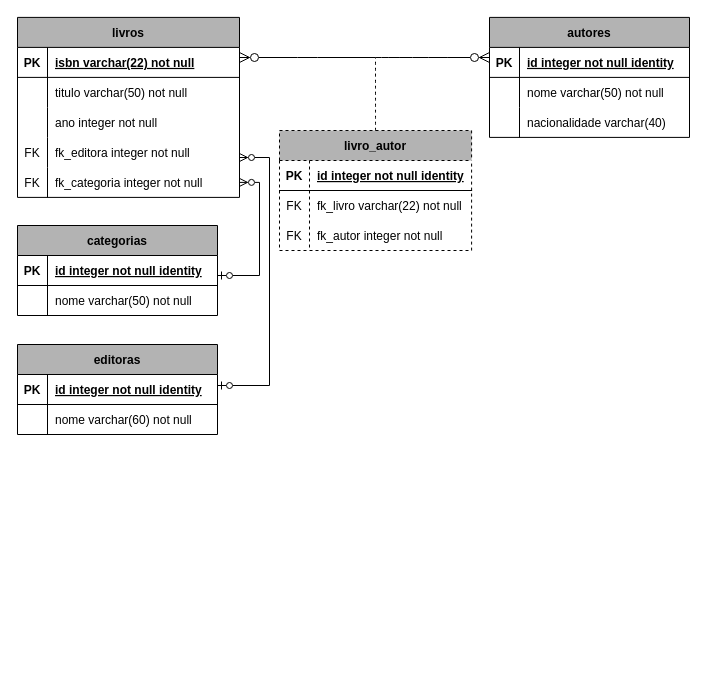
Before: SQL/Livraria/Livraria.drawio in OQueLucas/AcademiaDotNet, a draw.io diagram. Source tidied: cells renumbered, new cells numbered last; positions are measured from the earlier drawing's top-left corner, leaving out a move shared by most shapes. Both pictures are drawn from the tidied source at 100%, with x=0, y=0 at pixel (17, 17).
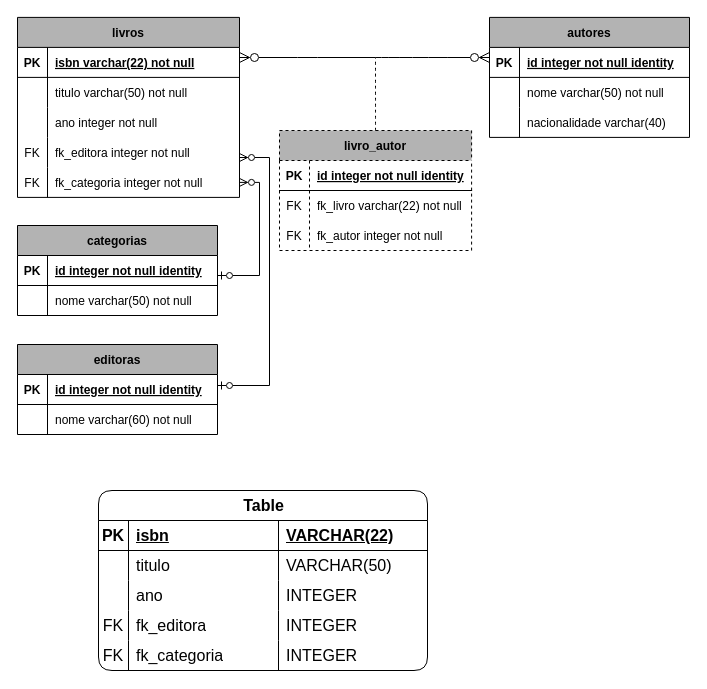
After the change.

Change to the diagram source:
```diff
@@
+    <mxCell id="58" value="Table" style="shape=table;startSize=30;childLayout=tableLayout;rowLines=0;fontStyle=1;align=center;html=1;fontSize=16;rounded=1;swimlaneLine=1;shadow=0;" parent="1" vertex="1">
+      <mxGeometry x="81" y="473" width="329" height="180" as="geometry" />
+    </mxCell>
+    <mxCell id="59" style="shape=tableRow;horizontal=0;startSize=0;swimlaneHead=0;swimlaneBody=0;fillColor=none;top=0;left=0;right=0;bottom=1;fontSize=16;" parent="58" vertex="1">
+      <mxGeometry y="30" width="329" height="30" as="geometry" />
+    </mxCell>
+    <mxCell id="60" value="PK" style="shape=partialRectangle;fillColor=none;top=0;left=0;bottom=0;right=0;fontStyle=1;overflow=hidden;whiteSpace=wrap;html=1;fontSize=16;" parent="59" vertex="1">
+      <mxGeometry width="30" height="30" as="geometry" />
+    </mxCell>
+    <mxCell id="61" value="isbn&lt;br&gt;" style="shape=partialRectangle;fillColor=none;top=0;left=0;bottom=0;right=0;align=left;spacingLeft=6;fontStyle=5;overflow=hidden;whiteSpace=wrap;html=1;fontSize=16;" parent="59" vertex="1">
+      <mxGeometry x="30" width="150" height="30" as="geometry" />
+    </mxCell>
+    <mxCell id="62" value="VARCHAR(22)" style="shape=partialRectangle;fillColor=none;top=0;left=0;bottom=0;right=0;align=left;spacingLeft=6;fontStyle=5;overflow=hidden;whiteSpace=wrap;html=1;fontSize=16;" parent="59" vertex="1">
+      <mxGeometry x="180" width="149" height="30" as="geometry" />
+    </mxCell>
+    <mxCell id="63" style="shape=tableRow;horizontal=0;startSize=0;swimlaneHead=0;swimlaneBody=0;fillColor=none;top=0;left=0;right=0;bottom=0;fontSize=16;" parent="58" vertex="1">
+      <mxGeometry y="60" width="329" height="30" as="geometry" />
+    </mxCell>
+    <mxCell id="64" style="shape=partialRectangle;fillColor=none;top=0;left=0;bottom=0;right=0;overflow=hidden;whiteSpace=wrap;html=1;fontSize=16;" parent="63" vertex="1">
+      <mxGeometry width="30" height="30" as="geometry" />
+    </mxCell>
+    <mxCell id="65" value="titulo" style="shape=partialRectangle;fillColor=none;top=0;left=0;bottom=0;right=0;align=left;spacingLeft=6;overflow=hidden;whiteSpace=wrap;html=1;fontSize=16;" parent="63" vertex="1">
+      <mxGeometry x="30" width="150" height="30" as="geometry" />
+    </mxCell>
+    <mxCell id="66" value="VARCHAR(50)" style="shape=partialRectangle;fillColor=none;top=0;left=0;bottom=0;right=0;align=left;spacingLeft=6;overflow=hidden;whiteSpace=wrap;html=1;fontSize=16;" parent="63" vertex="1">
+      <mxGeometry x="180" width="149" height="30" as="geometry" />
+    </mxCell>
+    <mxCell id="67" style="shape=tableRow;horizontal=0;startSize=0;swimlaneHead=0;swimlaneBody=0;fillColor=none;top=0;left=0;right=0;bottom=0;fontSize=16;" parent="58" vertex="1">
+      <mxGeometry y="90" width="329" height="30" as="geometry" />
+    </mxCell>
+    <mxCell id="68" style="shape=partialRectangle;fillColor=none;top=0;left=0;bottom=0;right=0;overflow=hidden;whiteSpace=wrap;html=1;fontSize=16;" parent="67" vertex="1">
+      <mxGeometry width="30" height="30" as="geometry" />
+    </mxCell>
+    <mxCell id="69" value="ano" style="shape=partialRectangle;fillColor=none;top=0;left=0;bottom=0;right=0;align=left;spacingLeft=6;overflow=hidden;whiteSpace=wrap;html=1;fontSize=16;" parent="67" vertex="1">
+      <mxGeometry x="30" width="150" height="30" as="geometry" />
+    </mxCell>
+    <mxCell id="70" value="INTEGER" style="shape=partialRectangle;fillColor=none;top=0;left=0;bottom=0;right=0;align=left;spacingLeft=6;overflow=hidden;whiteSpace=wrap;html=1;fontSize=16;" parent="67" vertex="1">
+      <mxGeometry x="180" width="149" height="30" as="geometry" />
+    </mxCell>
+    <mxCell id="71" style="shape=tableRow;horizontal=0;startSize=0;swimlaneHead=0;swimlaneBody=0;fillColor=none;top=0;left=0;right=0;bottom=0;fontSize=16;" parent="58" vertex="1">
+      <mxGeometry y="120" width="329" height="30" as="geometry" />
+    </mxCell>
+    <mxCell id="72" value="FK" style="shape=partialRectangle;fillColor=none;top=0;left=0;bottom=0;right=0;overflow=hidden;whiteSpace=wrap;html=1;fontSize=16;" parent="71" vertex="1">
+      <mxGeometry width="30" height="30" as="geometry" />
+    </mxCell>
+    <mxCell id="73" value="fk_editora" style="shape=partialRectangle;fillColor=none;top=0;left=0;bottom=0;right=0;align=left;spacingLeft=6;overflow=hidden;whiteSpace=wrap;html=1;fontSize=16;" parent="71" vertex="1">
+      <mxGeometry x="30" width="150" height="30" as="geometry" />
+    </mxCell>
+    <mxCell id="74" value="INTEGER" style="shape=partialRectangle;fillColor=none;top=0;left=0;bottom=0;right=0;align=left;spacingLeft=6;overflow=hidden;whiteSpace=wrap;html=1;fontSize=16;" parent="71" vertex="1">
+      <mxGeometry x="180" width="149" height="30" as="geometry" />
+    </mxCell>
+    <mxCell id="75" style="shape=tableRow;horizontal=0;startSize=0;swimlaneHead=0;swimlaneBody=0;fillColor=none;top=0;left=0;right=0;bottom=0;fontSize=16;" parent="58" vertex="1">
+      <mxGeometry y="150" width="329" height="30" as="geometry" />
+    </mxCell>
+    <mxCell id="76" value="FK" style="shape=partialRectangle;fillColor=none;top=0;left=0;bottom=0;right=0;overflow=hidden;whiteSpace=wrap;html=1;fontSize=16;" parent="75" vertex="1">
+      <mxGeometry width="30" height="30" as="geometry" />
+    </mxCell>
+    <mxCell id="77" value="fk_categoria" style="shape=partialRectangle;fillColor=none;top=0;left=0;bottom=0;right=0;align=left;spacingLeft=6;overflow=hidden;whiteSpace=wrap;html=1;fontSize=16;" parent="75" vertex="1">
+      <mxGeometry x="30" width="150" height="30" as="geometry" />
+    </mxCell>
+    <mxCell id="78" value="INTEGER" style="shape=partialRectangle;fillColor=none;top=0;left=0;bottom=0;right=0;align=left;spacingLeft=6;overflow=hidden;whiteSpace=wrap;html=1;fontSize=16;" parent="75" vertex="1">
+      <mxGeometry x="180" width="149" height="30" as="geometry" />
+    </mxCell>
```
